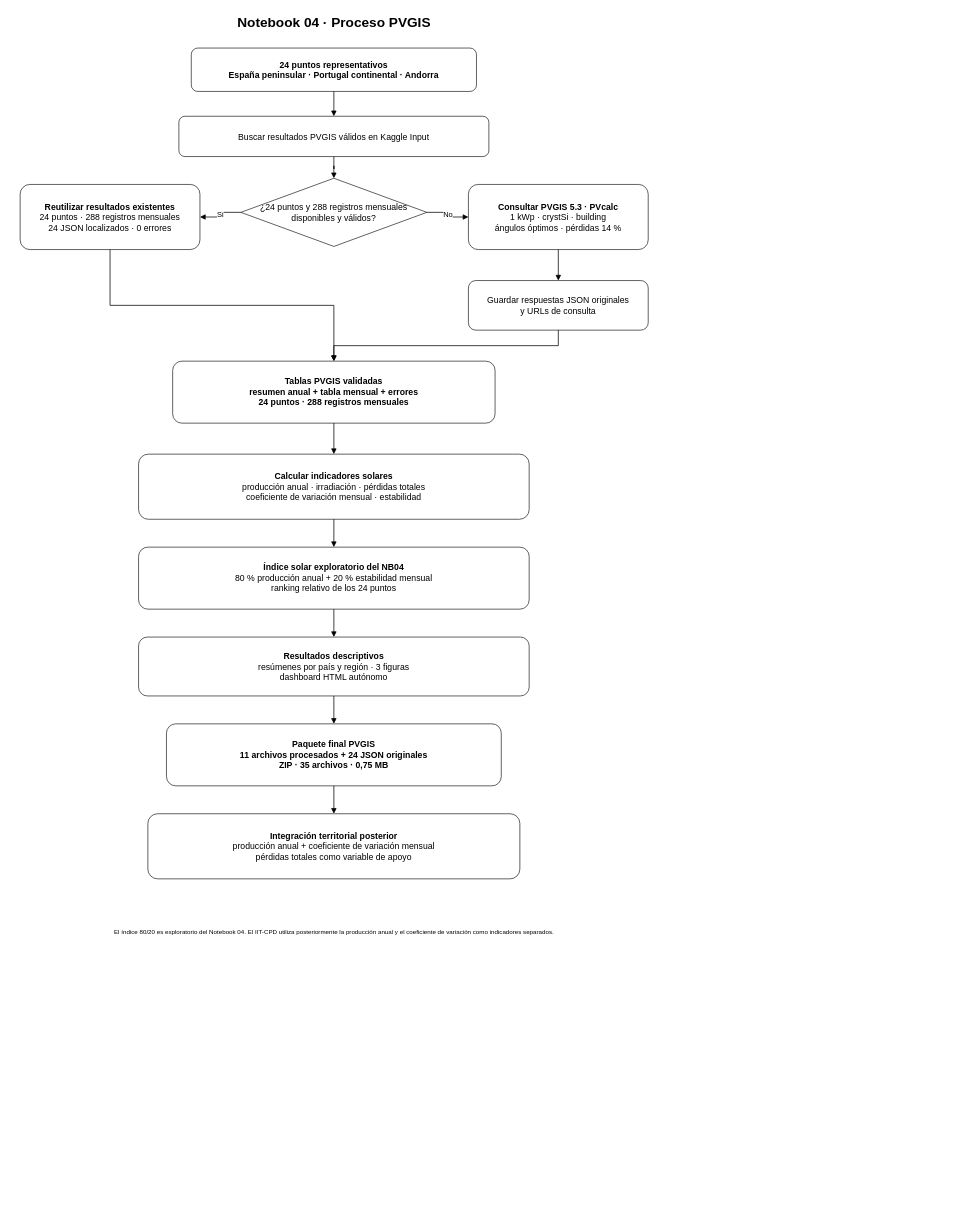
Earlier version of the draw.io diagram docs/diagramas/04_pvgis_proceso.drawio (Aemj2023/TFB-CPD-Sostenibles-Iberia-Final). Source tidied: cells renumbered, new cells numbered last; positions are measured from the earlier drawing's top-left corner, leaving out a move shared by most shapes. Both pictures are drawn from the tidied source at 62%, with x=0, y=0 at pixel (20, 11).
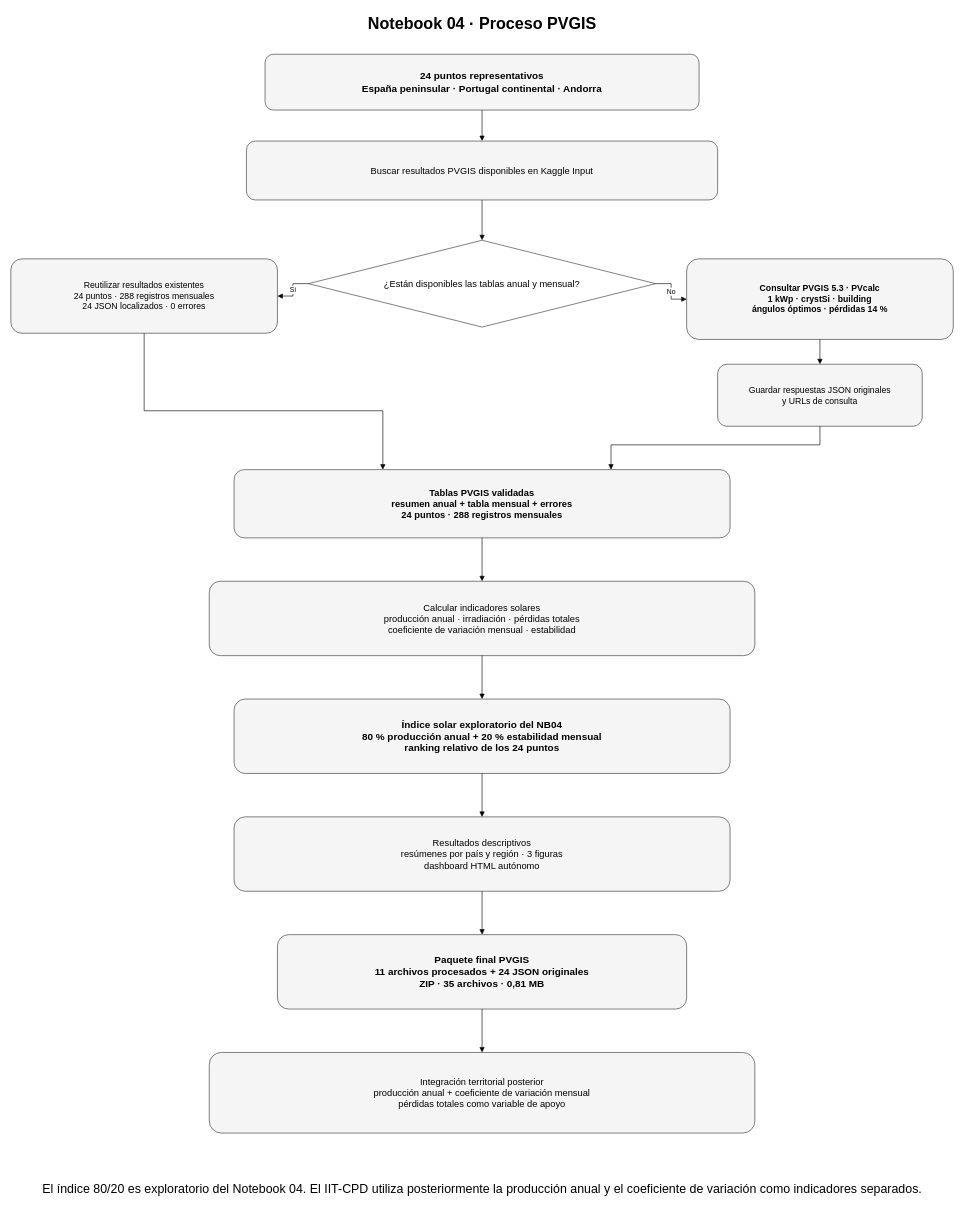
The same page after the edit.

Commit message:
Actualización diagrama proceso NB04

What changed in the source:
```diff
@@
-    <mxCell id="2" value="Notebook 04 · Proceso PVGIS" style="text;html=1;strokeColor=none;fillColor=none;align=center;verticalAlign=middle;whiteSpace=wrap;rounded=0;fontFamily=Arial;fontSize=22;fontStyle=1;fontColor=#000000;" parent="1" vertex="1">
-      <mxGeometry x="125" width="763" height="40" as="geometry" />
+    <mxCell id="2" value="Notebook 04 · Proceso PVGIS" style="text;html=1;align=center;verticalAlign=middle;fontSize=26;fontStyle=1;" parent="1" vertex="1">
+      <mxGeometry x="365" width="760" height="40" as="geometry" />
     </mxCell>
-    <mxCell id="3" value="&lt;b&gt;24 puntos representativos&lt;/b&gt;&lt;br&gt;España peninsular · Portugal continental · Andorra" style="rounded=1;whiteSpace=wrap;html=1;fillColor=#ffffff;strokeColor=#000000;fontColor=#000000;fontFamily=Arial;fontSize=14;align=center;verticalAlign=middle;spacing=8;fontStyle=1;" parent="1" vertex="1">
-      <mxGeometry x="276" y="60" width="460" height="70" as="geometry" />
+    <mxCell id="3" value="24 puntos representativos&#10;España peninsular · Portugal continental · Andorra" style="rounded=1;whiteSpace=wrap;html=1;fillColor=#f5f5f5;strokeColor=#333333;fontSize=16;fontStyle=1;" parent="1" vertex="1">
+      <mxGeometry x="395" y="70" width="700" height="90" as="geometry" />
     </mxCell>
-    <mxCell id="4" value="Buscar resultados PVGIS válidos en Kaggle Input" style="rounded=1;whiteSpace=wrap;html=1;fillColor=#ffffff;strokeColor=#000000;fontColor=#000000;fontFamily=Arial;fontSize=14;align=center;verticalAlign=middle;spacing=8;" parent="1" vertex="1">
-      <mxGeometry x="256" y="170" width="500" height="65" as="geometry" />
-    </mxCell>
-    <mxCell id="5" value="¿24 puntos y 288 registros mensuales&lt;br&gt;disponibles y válidos?" style="rhombus;whiteSpace=wrap;html=1;fillColor=#ffffff;strokeColor=#000000;fontColor=#000000;fontFamily=Arial;fontSize=14;align=center;verticalAlign=middle;" parent="1" vertex="1">
-      <mxGeometry x="356" y="270" width="300" height="110" as="geometry" />
-    </mxCell>
+    <mxCell id="28" value="Buscar resultados PVGIS disponibles en Kaggle Input" style="rounded=1;whiteSpace=wrap;html=1;fillColor=#f5f5f5;strokeColor=#333333;fontSize=15;" parent="1" vertex="1">
+      <mxGeometry x="365" y="210" width="760" height="95" as="geometry" />
+    </mxCell>
+    <mxCell id="29" value="¿Están disponibles las tablas anual y mensual?" style="shape=rhombus;whiteSpace=wrap;html=1;fillColor=#ffffff;strokeColor=#333333;fontSize=15;" parent="1" vertex="1">
+      <mxGeometry x="465" y="370" width="560" height="140" as="geometry" />
+    </mxCell>
-    <mxCell id="6" value="&lt;b&gt;Reutilizar resultados existentes&lt;/b&gt;&lt;br&gt;24 puntos · 288 registros mensuales&lt;br&gt;24 JSON localizados · 0 errores" style="rounded=1;whiteSpace=wrap;html=1;fillColor=#ffffff;strokeColor=#000000;fontColor=#000000;fontFamily=Arial;fontSize=14;align=center;verticalAlign=middle;spacing=8;" parent="1" vertex="1">
-      <mxGeometry y="280" width="290" height="105" as="geometry" />
+    <mxCell id="6" value="Reutilizar resultados existentes&#10;24 puntos · 288 registros mensuales&#10;24 JSON localizados · 0 errores" style="rounded=1;whiteSpace=wrap;html=1;fillColor=#f5f5f5;strokeColor=#333333;fontSize=14;" parent="1" vertex="1">
+      <mxGeometry x="-15" y="400" width="430" height="120" as="geometry" />
     </mxCell>
-    <mxCell id="7" value="&lt;b&gt;Consultar PVGIS 5.3 · PVcalc&lt;/b&gt;&lt;br&gt;1 kWp · crystSi · building&lt;br&gt;ángulos óptimos · pérdidas 14 %" style="rounded=1;whiteSpace=wrap;html=1;fillColor=#ffffff;strokeColor=#000000;fontColor=#000000;fontFamily=Arial;fontSize=14;align=center;verticalAlign=middle;spacing=8;" parent="1" vertex="1">
-      <mxGeometry x="723" y="280" width="290" height="105" as="geometry" />
+    <mxCell id="7" value="Consultar PVGIS 5.3 · PVcalc&#10;1 kWp · crystSi · building&#10;ángulos óptimos · pérdidas 14 %" style="rounded=1;whiteSpace=wrap;html=1;fillColor=#f5f5f5;strokeColor=#333333;fontSize=14;fontStyle=1;" parent="1" vertex="1">
+      <mxGeometry x="1075" y="400" width="430" height="130" as="geometry" />
     </mxCell>
-    <mxCell id="8" value="Guardar respuestas JSON originales&lt;br&gt;y URLs de consulta" style="rounded=1;whiteSpace=wrap;html=1;fillColor=#ffffff;strokeColor=#000000;fontColor=#000000;fontFamily=Arial;fontSize=14;align=center;verticalAlign=middle;spacing=8;" parent="1" vertex="1">
-      <mxGeometry x="723" y="435" width="290" height="80" as="geometry" />
+    <mxCell id="8" value="Guardar respuestas JSON originales&#10;y URLs de consulta" style="rounded=1;whiteSpace=wrap;html=1;fillColor=#f5f5f5;strokeColor=#333333;fontSize=14;" parent="1" vertex="1">
+      <mxGeometry x="1125" y="570" width="330" height="100" as="geometry" />
     </mxCell>
-    <mxCell id="9" value="&lt;b&gt;Tablas PVGIS validadas&lt;/b&gt;&lt;br&gt;resumen anual + tabla mensual + errores&lt;br&gt;24 puntos · 288 registros mensuales" style="rounded=1;whiteSpace=wrap;html=1;fillColor=#ffffff;strokeColor=#000000;fontColor=#000000;fontFamily=Arial;fontSize=14;align=center;verticalAlign=middle;spacing=8;fontStyle=1;" parent="1" vertex="1">
-      <mxGeometry x="246" y="565" width="520" height="100" as="geometry" />
+    <mxCell id="9" value="Tablas PVGIS validadas&#10;resumen anual + tabla mensual + errores&#10;24 puntos · 288 registros mensuales" style="rounded=1;whiteSpace=wrap;html=1;fillColor=#f5f5f5;strokeColor=#333333;fontSize=15;fontStyle=1;" parent="1" vertex="1">
+      <mxGeometry x="345" y="740" width="800" height="110" as="geometry" />
     </mxCell>
-    <mxCell id="10" value="&lt;b&gt;Calcular indicadores solares&lt;/b&gt;&lt;br&gt;producción anual · irradiación · pérdidas totales&lt;br&gt;coeficiente de variación mensual · estabilidad" style="rounded=1;whiteSpace=wrap;html=1;fillColor=#ffffff;strokeColor=#000000;fontColor=#000000;fontFamily=Arial;fontSize=14;align=center;verticalAlign=middle;spacing=8;" parent="1" vertex="1">
-      <mxGeometry x="191" y="715" width="630" height="105" as="geometry" />
+    <mxCell id="10" value="Calcular indicadores solares&#10;producción anual · irradiación · pérdidas totales&#10;coeficiente de variación mensual · estabilidad" style="rounded=1;whiteSpace=wrap;html=1;fillColor=#f5f5f5;strokeColor=#333333;fontSize=15;" parent="1" vertex="1">
+      <mxGeometry x="305" y="920" width="880" height="120" as="geometry" />
     </mxCell>
-    <mxCell id="11" value="&lt;b&gt;Índice solar exploratorio del NB04&lt;/b&gt;&lt;br&gt;80 % producción anual + 20 % estabilidad mensual&lt;br&gt;ranking relativo de los 24 puntos" style="rounded=1;whiteSpace=wrap;html=1;fillColor=#ffffff;strokeColor=#000000;fontColor=#000000;fontFamily=Arial;fontSize=14;align=center;verticalAlign=middle;spacing=8;" parent="1" vertex="1">
-      <mxGeometry x="191" y="865" width="630" height="100" as="geometry" />
+    <mxCell id="11" value="Índice solar exploratorio del NB04&#10;80 % producción anual + 20 % estabilidad mensual&#10;ranking relativo de los 24 puntos" style="rounded=1;whiteSpace=wrap;html=1;fillColor=#f5f5f5;strokeColor=#333333;fontSize=16;fontStyle=1;" parent="1" vertex="1">
+      <mxGeometry x="345" y="1110" width="800" height="120" as="geometry" />
     </mxCell>
-    <mxCell id="12" value="&lt;b&gt;Resultados descriptivos&lt;/b&gt;&lt;br&gt;resúmenes por país y región · 3 figuras&lt;br&gt;dashboard HTML autónomo" style="rounded=1;whiteSpace=wrap;html=1;fillColor=#ffffff;strokeColor=#000000;fontColor=#000000;fontFamily=Arial;fontSize=14;align=center;verticalAlign=middle;spacing=8;" parent="1" vertex="1">
-      <mxGeometry x="191" y="1010" width="630" height="95" as="geometry" />
+    <mxCell id="12" value="Resultados descriptivos&#10;resúmenes por país y región · 3 figuras&#10;dashboard HTML autónomo" style="rounded=1;whiteSpace=wrap;html=1;fillColor=#f5f5f5;strokeColor=#333333;fontSize=15;" parent="1" vertex="1">
+      <mxGeometry x="345" y="1300" width="800" height="120" as="geometry" />
     </mxCell>
-    <mxCell id="13" value="&lt;b&gt;Paquete final PVGIS&lt;/b&gt;&lt;br&gt;11 archivos procesados + 24 JSON originales&lt;br&gt;&lt;b&gt;ZIP · 35 archivos · 0,75 MB&lt;/b&gt;" style="rounded=1;whiteSpace=wrap;html=1;fillColor=#ffffff;strokeColor=#000000;fontColor=#000000;fontFamily=Arial;fontSize=14;align=center;verticalAlign=middle;spacing=8;fontStyle=1;" parent="1" vertex="1">
-      <mxGeometry x="236" y="1150" width="540" height="100" as="geometry" />
-    </mxCell>
+    <mxCell id="30" value="Paquete final PVGIS&#10;11 archivos procesados + 24 JSON originales&#10;ZIP · 35 archivos · 0,81 MB" style="rounded=1;whiteSpace=wrap;html=1;fillColor=#f5f5f5;strokeColor=#333333;fontSize=16;fontStyle=1;" parent="1" vertex="1">
+      <mxGeometry x="415" y="1490" width="660" height="120" as="geometry" />
+    </mxCell>
-    <mxCell id="14" value="&lt;b&gt;Integración territorial posterior&lt;/b&gt;&lt;br&gt;producción anual + coeficiente de variación mensual&lt;br&gt;pérdidas totales como variable de apoyo" style="rounded=1;whiteSpace=wrap;html=1;fillColor=#ffffff;strokeColor=#000000;fontColor=#000000;fontFamily=Arial;fontSize=14;align=center;verticalAlign=middle;spacing=8;" parent="1" vertex="1">
-      <mxGeometry x="206" y="1295" width="600" height="105" as="geometry" />
+    <mxCell id="14" value="Integración territorial posterior&#10;producción anual + coeficiente de variación mensual&#10;pérdidas totales como variable de apoyo" style="rounded=1;whiteSpace=wrap;html=1;fillColor=#f5f5f5;strokeColor=#333333;fontSize=15;" parent="1" vertex="1">
+      <mxGeometry x="305" y="1680" width="880" height="130" as="geometry" />
     </mxCell>
-    <mxCell id="15" value="El índice 80/20 es exploratorio del Notebook 04. El IIT-CPD utiliza posteriormente la producción anual y el coeficiente de variación como indicadores separados." style="text;html=1;strokeColor=none;fillColor=none;align=center;verticalAlign=middle;whiteSpace=wrap;rounded=0;fontFamily=Arial;fontSize=10;fontColor=#000000;" parent="1" vertex="1">
-      <mxGeometry x="85" y="1460" width="843" height="50" as="geometry" />
+    <mxCell id="15" value="El índice 80/20 es exploratorio del Notebook 04. El IIT-CPD utiliza posteriormente la producción anual y el coeficiente de variación como indicadores separados." style="text;html=1;align=center;verticalAlign=middle;fontSize=20;" parent="1" vertex="1">
+      <mxGeometry x="125" y="1880" width="1240" height="40" as="geometry" />
     </mxCell>
-    <mxCell id="16" style="edgeStyle=orthogonalEdgeStyle;rounded=0;jettySize=auto;html=1;strokeColor=#000000;strokeWidth=1.2;endArrow=block;endFill=1;fontFamily=Arial;fontSize=12;" parent="1" edge="1" source="3" target="4">
-      <mxGeometry relative="1" as="geometry" />
-    </mxCell>
-    <mxCell id="17" style="edgeStyle=orthogonalEdgeStyle;rounded=0;jettySize=auto;html=1;strokeColor=#000000;strokeWidth=1.2;endArrow=block;endFill=1;fontFamily=Arial;fontSize=12;" parent="1" edge="1" source="4" target="5">
-      <mxGeometry relative="1" as="geometry" />
-    </mxCell>
+    <mxCell id="31" style="edgeStyle=orthogonalEdgeStyle;rounded=0;jettySize=auto;html=1;endArrow=block;endFill=1;exitX=0.5;exitY=1;exitDx=0;exitDy=0;entryX=0.5;entryY=0;entryDx=0;entryDy=0;" parent="1" edge="1" source="3" target="28">
+      <mxGeometry relative="1" as="geometry" />
+    </mxCell>
+    <mxCell id="32" style="edgeStyle=orthogonalEdgeStyle;rounded=0;jettySize=auto;html=1;endArrow=block;endFill=1;exitX=0.5;exitY=1;exitDx=0;exitDy=0;entryX=0.5;entryY=0;entryDx=0;entryDy=0;" parent="1" edge="1" source="28" target="29">
+      <mxGeometry relative="1" as="geometry" />
+    </mxCell>
-    <mxCell id="18" value="Sí" style="edgeStyle=orthogonalEdgeStyle;rounded=0;jettySize=auto;html=1;strokeColor=#000000;strokeWidth=1.2;endArrow=block;endFill=1;fontFamily=Arial;fontSize=12;" parent="1" edge="1" source="5" target="6">
+    <mxCell id="18" value="Sí" style="edgeStyle=orthogonalEdgeStyle;rounded=0;jettySize=auto;html=1;endArrow=block;endFill=1;exitX=0;exitY=0.5;exitDx=0;exitDy=0;entryX=1;entryY=0.5;entryDx=0;entryDy=0;" parent="1" edge="1" source="29" target="6">
       <mxGeometry relative="1" as="geometry" />
     </mxCell>
-    <mxCell id="19" value="No" style="edgeStyle=orthogonalEdgeStyle;rounded=0;jettySize=auto;html=1;strokeColor=#000000;strokeWidth=1.2;endArrow=block;endFill=1;fontFamily=Arial;fontSize=12;" parent="1" edge="1" source="5" target="7">
+    <mxCell id="19" value="No" style="edgeStyle=orthogonalEdgeStyle;rounded=0;jettySize=auto;html=1;endArrow=block;endFill=1;exitX=1;exitY=0.5;exitDx=0;exitDy=0;entryX=0;entryY=0.5;entryDx=0;entryDy=0;" parent="1" edge="1" source="29" target="7">
       <mxGeometry relative="1" as="geometry" />
     </mxCell>
-    <mxCell id="20" style="edgeStyle=orthogonalEdgeStyle;rounded=0;jettySize=auto;html=1;strokeColor=#000000;strokeWidth=1.2;endArrow=block;endFill=1;fontFamily=Arial;fontSize=12;" parent="1" edge="1" source="7" target="8">
+    <mxCell id="20" style="edgeStyle=orthogonalEdgeStyle;rounded=0;jettySize=auto;html=1;endArrow=block;endFill=1;exitX=0.5;exitY=1;exitDx=0;exitDy=0;entryX=0.5;entryY=0;entryDx=0;entryDy=0;" parent="1" edge="1" source="7" target="8">
       <mxGeometry relative="1" as="geometry" />
     </mxCell>
-    <mxCell id="21" style="edgeStyle=orthogonalEdgeStyle;rounded=0;jettySize=auto;html=1;strokeColor=#000000;strokeWidth=1.2;endArrow=block;endFill=1;fontFamily=Arial;fontSize=12;" parent="1" edge="1" source="6" target="9">
-      <mxGeometry relative="1" as="geometry" />
+    <mxCell id="21" style="edgeStyle=orthogonalEdgeStyle;rounded=0;jettySize=auto;html=1;endArrow=block;endFill=1;exitX=0.5;exitY=1;exitDx=0;exitDy=0;entryX=0.3;entryY=0;entryDx=0;entryDy=0;" parent="1" edge="1" source="6" target="9">
+      <mxGeometry relative="1" as="geometry">
+        <Array as="points">
+          <mxPoint x="200" y="645" />
+          <mxPoint x="585" y="645" />
+        </Array>
+      </mxGeometry>
     </mxCell>
-    <mxCell id="22" style="edgeStyle=orthogonalEdgeStyle;rounded=0;jettySize=auto;html=1;strokeColor=#000000;strokeWidth=1.2;endArrow=block;endFill=1;fontFamily=Arial;fontSize=12;" parent="1" edge="1" source="8" target="9">
-      <mxGeometry relative="1" as="geometry" />
+    <mxCell id="22" style="edgeStyle=orthogonalEdgeStyle;rounded=0;jettySize=auto;html=1;endArrow=block;endFill=1;exitX=0.5;exitY=1;exitDx=0;exitDy=0;entryX=0.76;entryY=0;entryDx=0;entryDy=0;" parent="1" edge="1" source="8" target="9">
+      <mxGeometry relative="1" as="geometry">
+        <Array as="points">
+          <mxPoint x="1290" y="700" />
+          <mxPoint x="953" y="700" />
+        </Array>
+      </mxGeometry>
     </mxCell>
-    <mxCell id="23" style="edgeStyle=orthogonalEdgeStyle;rounded=0;jettySize=auto;html=1;strokeColor=#000000;strokeWidth=1.2;endArrow=block;endFill=1;fontFamily=Arial;fontSize=12;" parent="1" edge="1" source="9" target="10">
+    <mxCell id="23" style="edgeStyle=orthogonalEdgeStyle;rounded=0;jettySize=auto;html=1;endArrow=block;endFill=1;exitX=0.5;exitY=1;exitDx=0;exitDy=0;entryX=0.5;entryY=0;entryDx=0;entryDy=0;" parent="1" edge="1" source="9" target="10">
       <mxGeometry relative="1" as="geometry" />
     </mxCell>
-    <mxCell id="24" style="edgeStyle=orthogonalEdgeStyle;rounded=0;jettySize=auto;html=1;strokeColor=#000000;strokeWidth=1.2;endArrow=block;endFill=1;fontFamily=Arial;fontSize=12;" parent="1" edge="1" source="10" target="11">
+    <mxCell id="24" style="edgeStyle=orthogonalEdgeStyle;rounded=0;jettySize=auto;html=1;endArrow=block;endFill=1;exitX=0.5;exitY=1;exitDx=0;exitDy=0;entryX=0.5;entryY=0;entryDx=0;entryDy=0;" parent="1" edge="1" source="10" target="11">
       <mxGeometry relative="1" as="geometry" />
     </mxCell>
-    <mxCell id="25" style="edgeStyle=orthogonalEdgeStyle;rounded=0;jettySize=auto;html=1;strokeColor=#000000;strokeWidth=1.2;endArrow=block;endFill=1;fontFamily=Arial;fontSize=12;" parent="1" edge="1" source="11" target="12">
+    <mxCell id="25" style="edgeStyle=orthogonalEdgeStyle;rounded=0;jettySize=auto;html=1;endArrow=block;endFill=1;exitX=0.5;exitY=1;exitDx=0;exitDy=0;entryX=0.5;entryY=0;entryDx=0;entryDy=0;" parent="1" edge="1" source="11" target="12">
       <mxGeometry relative="1" as="geometry" />
     </mxCell>
-    <mxCell id="26" style="edgeStyle=orthogonalEdgeStyle;rounded=0;jettySize=auto;html=1;strokeColor=#000000;strokeWidth=1.2;endArrow=block;endFill=1;fontFamily=Arial;fontSize=12;" parent="1" edge="1" source="12" target="13">
-      <mxGeometry relative="1" as="geometry" />
-    </mxCell>
-    <mxCell id="27" style="edgeStyle=orthogonalEdgeStyle;rounded=0;jettySize=auto;html=1;strokeColor=#000000;strokeWidth=1.2;endArrow=block;endFill=1;fontFamily=Arial;fontSize=12;" parent="1" edge="1" source="13" target="14">
-      <mxGeometry relative="1" as="geometry" />
-    </mxCell>
+    <mxCell id="33" style="edgeStyle=orthogonalEdgeStyle;rounded=0;jettySize=auto;html=1;endArrow=block;endFill=1;exitX=0.5;exitY=1;exitDx=0;exitDy=0;entryX=0.5;entryY=0;entryDx=0;entryDy=0;" parent="1" edge="1" source="12" target="30">
+      <mxGeometry relative="1" as="geometry" />
+    </mxCell>
+    <mxCell id="34" style="edgeStyle=orthogonalEdgeStyle;rounded=0;jettySize=auto;html=1;endArrow=block;endFill=1;exitX=0.5;exitY=1;exitDx=0;exitDy=0;entryX=0.5;entryY=0;entryDx=0;entryDy=0;" parent="1" edge="1" source="30" target="14">
+      <mxGeometry relative="1" as="geometry" />
+    </mxCell>
```
